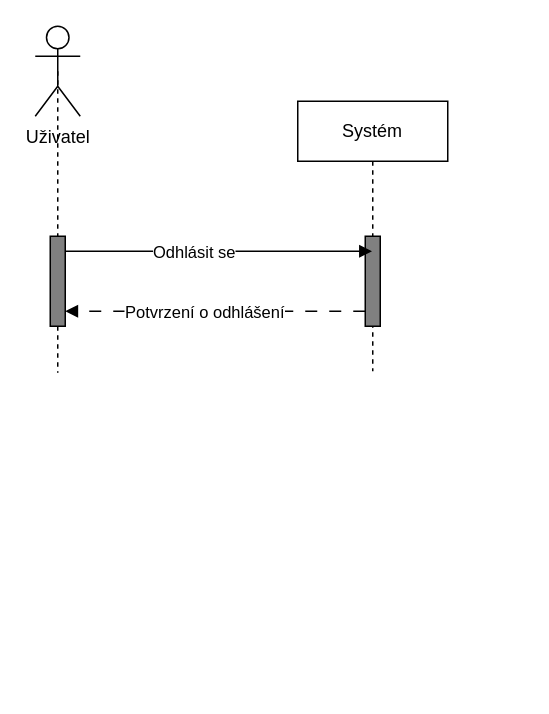
The draw.io diagram page "LogOut" (3 of 11) of IUS/IUS_projekt/Sequence.drawio in dan1235689/Diagrams, before the edit. Source tidied: cells renumbered, new cells numbered last; positions are measured from the earlier drawing's top-left corner, leaving out a move shared by most shapes. Both pictures are drawn from the tidied source at 150%, with x=0, y=0 at pixel (34, 26).
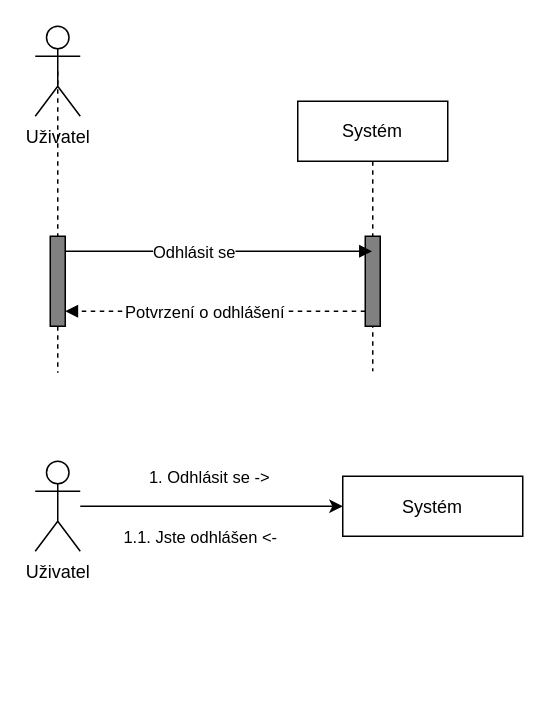
Above is the later version.

Unchanged cells that the change refers to:
```xml
<mxCell id="3" style="html=1;points=[];perimeter=orthogonalPerimeter;fillColor=#808080;" parent="2" vertex="1">
  <mxGeometry x="45" y="90" width="10" height="60" as="geometry" />
</mxCell>
<mxCell id="7" style="html=1;points=[];perimeter=orthogonalPerimeter;fillColor=#808080;" parent="1" vertex="1">
  <mxGeometry x="10" y="140" width="10" height="60" as="geometry" />
</mxCell>
```

The edit, as a diff of the source:
```diff
@@
     <mxCell id="4" style="edgeStyle=none;html=1;exitX=0.5;exitY=0.5;exitDx=0;exitDy=0;exitPerimeter=0;dashed=1;dashPattern=8 8;endArrow=none;endFill=0;startArrow=none;" parent="1" edge="1">
       <mxGeometry relative="1" as="geometry">
-        <mxPoint x="15" y="440" as="sourcePoint" />
-        <mxPoint x="15" y="440" as="targetPoint" />
+        <mxPoint x="15" y="240" as="sourcePoint" />
+        <mxPoint x="15" y="240" as="targetPoint" />
       </mxGeometry>
     </mxCell>
@@
-    <mxCell id="10" style="html=1;verticalAlign=bottom;labelBackgroundColor=none;endArrow=block;endFill=1;dashed=1;dashPattern=8 8;" parent="1" edge="1" source="3" target="7">
+    <mxCell id="10" style="html=1;verticalAlign=bottom;labelBackgroundColor=none;endArrow=block;endFill=1;dashed=1;" parent="1" edge="1" source="3" target="7">
       <mxGeometry relative="1" as="geometry">
         <Array as="points">
           <mxPoint x="115" y="190" />
         </Array>
       </mxGeometry>
     </mxCell>
@@
+    <mxCell id="13" value="Systém" style="fontStyle=0;" parent="1" vertex="1">
+      <mxGeometry x="205" y="300" width="120" height="40" as="geometry" />
+    </mxCell>
+    <mxCell id="14" style="edgeStyle=none;html=1;" parent="1" edge="1" source="17" target="13">
+      <mxGeometry relative="1" as="geometry" />
+    </mxCell>
+    <mxCell id="15" value="1. Odhlásit se -&amp;gt;" style="edgeLabel;html=1;align=center;verticalAlign=middle;" parent="14" vertex="1">
+      <mxGeometry x="-0.11" y="1" relative="1" as="geometry">
+        <mxPoint x="7" y="-19" as="offset" />
+      </mxGeometry>
+    </mxCell>
+    <mxCell id="16" value="1.1. Jste odhlášen &amp;lt;-" style="edgeLabel;html=1;align=center;verticalAlign=middle;" parent="14" vertex="1">
+      <mxGeometry x="-0.1" y="2" relative="1" as="geometry">
+        <mxPoint y="22" as="offset" />
+      </mxGeometry>
+    </mxCell>
+    <mxCell id="17" value="Uživatel" style="shape=umlActor;verticalLabelPosition=bottom;verticalAlign=top;html=1;" parent="1" vertex="1">
+      <mxGeometry y="290" width="30" height="60" as="geometry" />
+    </mxCell>
```
